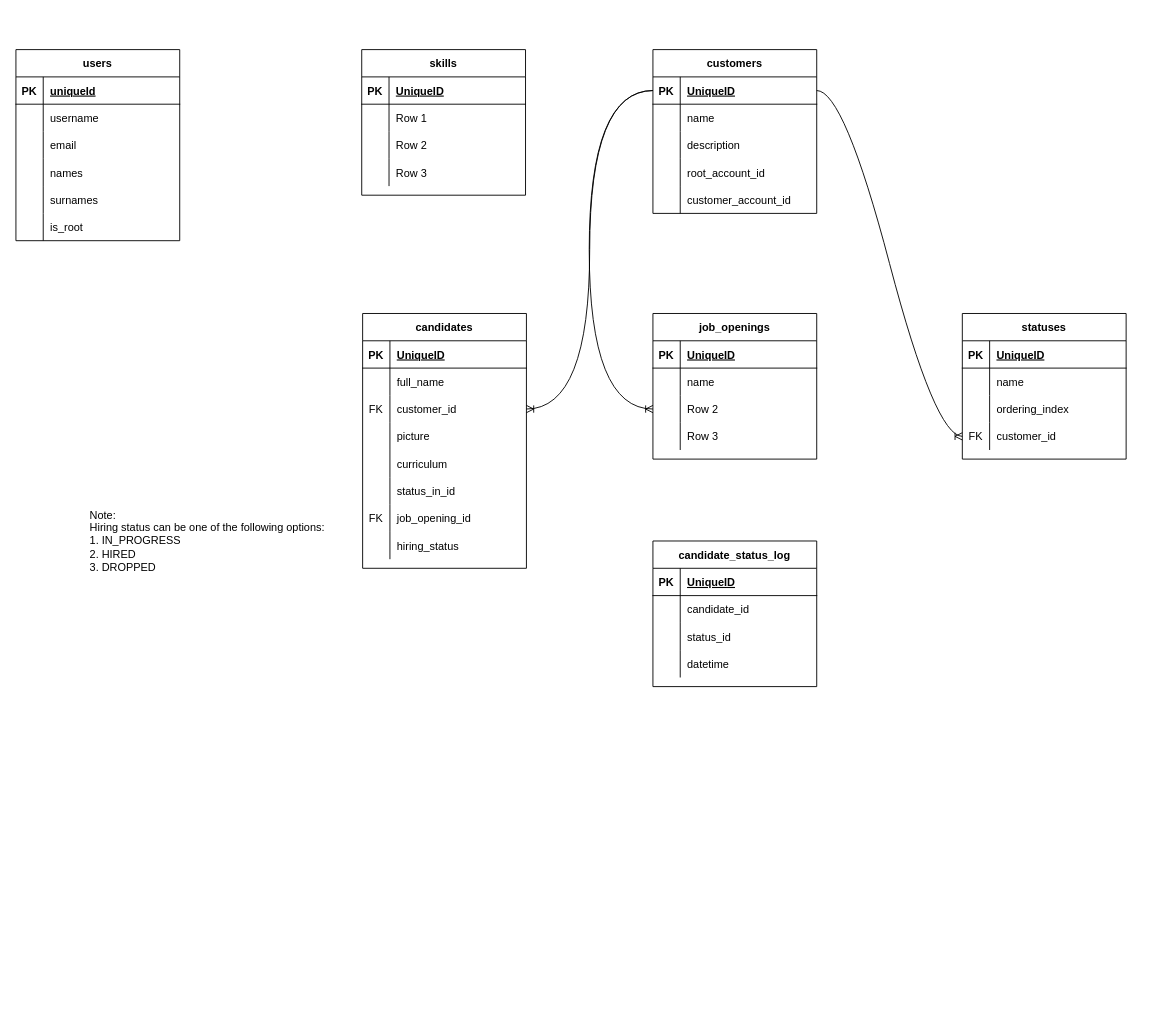
Before: Data Structure.drawio in choucoder/multi-tenant-ats, a draw.io diagram. Source tidied: cells renumbered, new cells numbered last; positions are measured from the earlier drawing's top-left corner, leaving out a move shared by most shapes. Both pictures are drawn from the tidied source at 91%, with x=0, y=0 at pixel (15, 49).
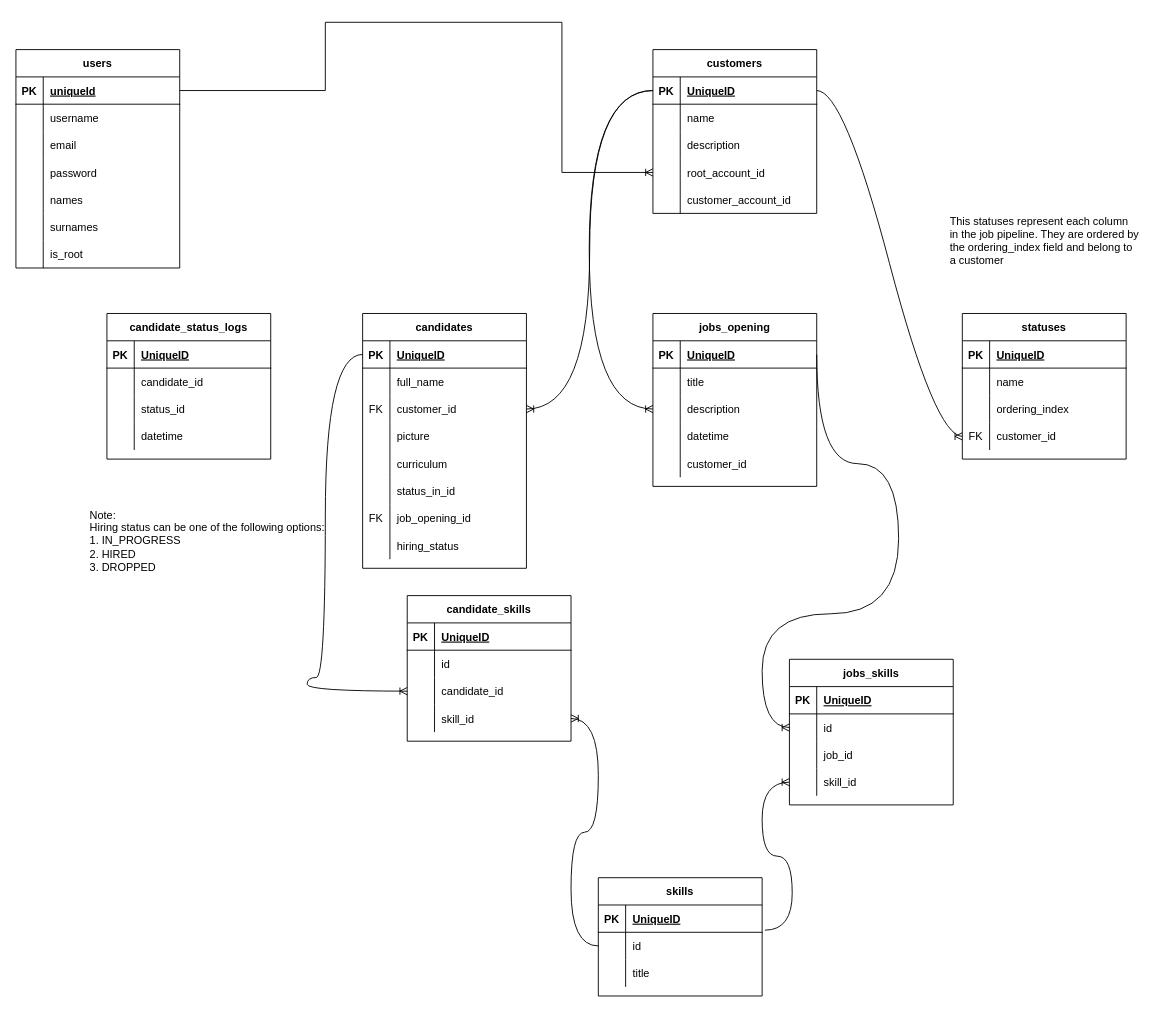
After the change.

Unchanged cells that the change refers to:
```xml
<mxCell id="3" style="shape=tableRow;horizontal=0;startSize=0;swimlaneHead=0;swimlaneBody=0;fillColor=none;points=[[0,0.5],[1,0.5]];portConstraint=eastwest;top=0;left=0;right=0;bottom=1;" parent="2" vertex="1">
  <mxGeometry y="30" width="180" height="30" as="geometry" />
</mxCell>
<mxCell id="22" style="shape=tableRow;horizontal=0;startSize=0;swimlaneHead=0;swimlaneBody=0;fillColor=none;points=[[0,0.5],[1,0.5]];portConstraint=eastwest;top=0;left=0;right=0;bottom=1;" parent="21" vertex="1">
  <mxGeometry y="30" width="180" height="30" as="geometry" />
</mxCell>
<mxCell id="76" style="shape=tableRow;horizontal=0;startSize=0;swimlaneHead=0;swimlaneBody=0;fillColor=none;points=[[0,0.5],[1,0.5]];portConstraint=eastwest;top=0;left=0;right=0;bottom=0;" parent="72" vertex="1">
  <mxGeometry y="60" width="180" height="30" as="geometry" />
</mxCell>
<mxCell id="79" style="shape=tableRow;horizontal=0;startSize=0;swimlaneHead=0;swimlaneBody=0;fillColor=none;top=0;left=0;right=0;bottom=0;" parent="72" vertex="1">
  <mxGeometry y="90" width="180" height="30" as="geometry" />
</mxCell>
<mxCell id="95" style="shape=tableRow;horizontal=0;startSize=0;swimlaneHead=0;swimlaneBody=0;fillColor=none;points=[[0,0.5],[1,0.5]];portConstraint=eastwest;top=0;left=0;right=0;bottom=0;" parent="85" vertex="1">
  <mxGeometry y="120" width="180" height="30" as="geometry" />
</mxCell>
```

What changed in the source:
```diff
@@
+    <mxCell id="46" value="jobs_opening" style="shape=table;startSize=30;childLayout=tableLayout;rowLines=0;fontStyle=1;align=center;" parent="1" vertex="1">
+      <mxGeometry x="700" y="290" width="180" height="190" as="geometry" />
+    </mxCell>
+    <mxCell id="47" style="shape=tableRow;horizontal=0;startSize=0;swimlaneHead=0;swimlaneBody=0;fillColor=none;points=[[0,0.5],[1,0.5]];portConstraint=eastwest;top=0;left=0;right=0;bottom=1;" parent="46" vertex="1">
+      <mxGeometry y="30" width="180" height="30" as="geometry" />
+    </mxCell>
+    <mxCell id="48" value="PK" style="shape=partialRectangle;fillColor=none;top=0;left=0;bottom=0;right=0;fontStyle=1;overflow=hidden;" parent="47" vertex="1">
+      <mxGeometry width="30" height="30" as="geometry" />
+    </mxCell>
+    <mxCell id="49" value="UniqueID" style="shape=partialRectangle;fillColor=none;top=0;left=0;bottom=0;right=0;align=left;spacingLeft=6;fontStyle=5;overflow=hidden;" parent="47" vertex="1">
+      <mxGeometry x="30" width="150" height="30" as="geometry" />
+    </mxCell>
+    <mxCell id="50" style="shape=tableRow;horizontal=0;startSize=0;swimlaneHead=0;swimlaneBody=0;fillColor=none;top=0;left=0;right=0;bottom=0;" parent="46" vertex="1">
+      <mxGeometry y="60" width="180" height="30" as="geometry" />
+    </mxCell>
+    <mxCell id="51" style="shape=partialRectangle;fillColor=none;top=0;left=0;bottom=0;right=0;overflow=hidden;" parent="50" vertex="1">
+      <mxGeometry width="30" height="30" as="geometry" />
+    </mxCell>
+    <mxCell id="52" value="title" style="shape=partialRectangle;fillColor=none;top=0;left=0;bottom=0;right=0;align=left;spacingLeft=6;overflow=hidden;" parent="50" vertex="1">
+      <mxGeometry x="30" width="150" height="30" as="geometry" />
+    </mxCell>
+    <mxCell id="53" style="shape=tableRow;horizontal=0;startSize=0;swimlaneHead=0;swimlaneBody=0;fillColor=none;points=[[0,0.5],[1,0.5]];portConstraint=eastwest;top=0;left=0;right=0;bottom=0;" parent="46" vertex="1">
+      <mxGeometry y="90" width="180" height="30" as="geometry" />
+    </mxCell>
+    <mxCell id="54" style="shape=partialRectangle;fillColor=none;top=0;left=0;bottom=0;right=0;overflow=hidden;" parent="53" vertex="1">
+      <mxGeometry width="30" height="30" as="geometry" />
+    </mxCell>
+    <mxCell id="55" value="description" style="shape=partialRectangle;fillColor=none;top=0;left=0;bottom=0;right=0;align=left;spacingLeft=6;overflow=hidden;" parent="53" vertex="1">
+      <mxGeometry x="30" width="150" height="30" as="geometry" />
+    </mxCell>
+    <mxCell id="56" style="shape=tableRow;horizontal=0;startSize=0;swimlaneHead=0;swimlaneBody=0;fillColor=none;top=0;left=0;right=0;bottom=0;" parent="46" vertex="1">
+      <mxGeometry y="120" width="180" height="30" as="geometry" />
+    </mxCell>
+    <mxCell id="57" style="shape=partialRectangle;fillColor=none;top=0;left=0;bottom=0;right=0;overflow=hidden;" parent="56" vertex="1">
+      <mxGeometry width="30" height="30" as="geometry" />
+    </mxCell>
+    <mxCell id="58" value="datetime" style="shape=partialRectangle;fillColor=none;top=0;left=0;bottom=0;right=0;align=left;spacingLeft=6;overflow=hidden;" parent="56" vertex="1">
+      <mxGeometry x="30" width="150" height="30" as="geometry" />
+    </mxCell>
+    <mxCell id="118" style="shape=tableRow;horizontal=0;startSize=0;swimlaneHead=0;swimlaneBody=0;fillColor=none;top=0;left=0;right=0;bottom=0;" parent="46" vertex="1">
+      <mxGeometry y="150" width="180" height="30" as="geometry" />
+    </mxCell>
+    <mxCell id="119" style="shape=partialRectangle;fillColor=none;top=0;left=0;bottom=0;right=0;overflow=hidden;" parent="118" vertex="1">
+      <mxGeometry width="30" height="30" as="geometry" />
+    </mxCell>
+    <mxCell id="120" value="customer_id" style="shape=partialRectangle;fillColor=none;top=0;left=0;bottom=0;right=0;align=left;spacingLeft=6;overflow=hidden;" parent="118" vertex="1">
+      <mxGeometry x="30" width="150" height="30" as="geometry" />
+    </mxCell>
     <mxCell id="2" value="users" style="shape=table;startSize=30;childLayout=tableLayout;rowLines=0;fontStyle=1;align=center;" parent="1" vertex="1">
-      <mxGeometry width="180" height="210" as="geometry" />
+      <mxGeometry width="180" height="240" as="geometry" />
     </mxCell>
@@
+    <mxCell id="121" style="shape=tableRow;horizontal=0;startSize=0;swimlaneHead=0;swimlaneBody=0;fillColor=none;top=0;left=0;right=0;bottom=0;" parent="2" vertex="1">
+      <mxGeometry y="120" width="180" height="30" as="geometry" />
+    </mxCell>
+    <mxCell id="122" style="shape=partialRectangle;fillColor=none;top=0;left=0;bottom=0;right=0;overflow=hidden;" parent="121" vertex="1">
+      <mxGeometry width="30" height="30" as="geometry" />
+    </mxCell>
+    <mxCell id="123" value="password" style="shape=partialRectangle;fillColor=none;top=0;left=0;bottom=0;right=0;align=left;spacingLeft=6;overflow=hidden;" parent="121" vertex="1">
+      <mxGeometry x="30" width="150" height="30" as="geometry" />
+    </mxCell>
     <mxCell id="12" style="shape=tableRow;horizontal=0;startSize=0;swimlaneHead=0;swimlaneBody=0;fillColor=none;top=0;left=0;right=0;bottom=0;" parent="2" vertex="1">
-      <mxGeometry y="120" width="180" height="30" as="geometry" />
+      <mxGeometry y="150" width="180" height="30" as="geometry" />
     </mxCell>
@@
     <mxCell id="15" style="shape=tableRow;horizontal=0;startSize=0;swimlaneHead=0;swimlaneBody=0;fillColor=none;top=0;left=0;right=0;bottom=0;" parent="2" vertex="1">
-      <mxGeometry y="150" width="180" height="30" as="geometry" />
+      <mxGeometry y="180" width="180" height="30" as="geometry" />
     </mxCell>
@@
     <mxCell id="18" style="shape=tableRow;horizontal=0;startSize=0;swimlaneHead=0;swimlaneBody=0;fillColor=none;top=0;left=0;right=0;bottom=0;" parent="2" vertex="1">
-      <mxGeometry y="180" width="180" height="30" as="geometry" />
+      <mxGeometry y="210" width="180" height="30" as="geometry" />
     </mxCell>
@@
-    <mxCell id="46" value="job_openings" style="shape=table;startSize=30;childLayout=tableLayout;rowLines=0;fontStyle=1;align=center;" parent="1" vertex="1">
-      <mxGeometry x="700" y="290" width="180" height="160" as="geometry" />
-    </mxCell>
-    <mxCell id="47" style="shape=tableRow;horizontal=0;startSize=0;swimlaneHead=0;swimlaneBody=0;fillColor=none;points=[[0,0.5],[1,0.5]];portConstraint=eastwest;top=0;left=0;right=0;bottom=1;" parent="46" vertex="1">
-      <mxGeometry y="30" width="180" height="30" as="geometry" />
-    </mxCell>
-    <mxCell id="48" value="PK" style="shape=partialRectangle;fillColor=none;top=0;left=0;bottom=0;right=0;fontStyle=1;overflow=hidden;" parent="47" vertex="1">
-      <mxGeometry width="30" height="30" as="geometry" />
-    </mxCell>
-    <mxCell id="49" value="UniqueID" style="shape=partialRectangle;fillColor=none;top=0;left=0;bottom=0;right=0;align=left;spacingLeft=6;fontStyle=5;overflow=hidden;" parent="47" vertex="1">
-      <mxGeometry x="30" width="150" height="30" as="geometry" />
-    </mxCell>
-    <mxCell id="50" style="shape=tableRow;horizontal=0;startSize=0;swimlaneHead=0;swimlaneBody=0;fillColor=none;top=0;left=0;right=0;bottom=0;" parent="46" vertex="1">
-      <mxGeometry y="60" width="180" height="30" as="geometry" />
-    </mxCell>
-    <mxCell id="51" style="shape=partialRectangle;fillColor=none;top=0;left=0;bottom=0;right=0;overflow=hidden;" parent="50" vertex="1">
-      <mxGeometry width="30" height="30" as="geometry" />
-    </mxCell>
-    <mxCell id="52" value="name" style="shape=partialRectangle;fillColor=none;top=0;left=0;bottom=0;right=0;align=left;spacingLeft=6;overflow=hidden;" parent="50" vertex="1">
-      <mxGeometry x="30" width="150" height="30" as="geometry" />
-    </mxCell>
-    <mxCell id="53" style="shape=tableRow;horizontal=0;startSize=0;swimlaneHead=0;swimlaneBody=0;fillColor=none;points=[[0,0.5],[1,0.5]];portConstraint=eastwest;top=0;left=0;right=0;bottom=0;" parent="46" vertex="1">
-      <mxGeometry y="90" width="180" height="30" as="geometry" />
-    </mxCell>
-    <mxCell id="54" style="shape=partialRectangle;fillColor=none;top=0;left=0;bottom=0;right=0;overflow=hidden;" parent="53" vertex="1">
-      <mxGeometry width="30" height="30" as="geometry" />
-    </mxCell>
-    <mxCell id="55" value="Row 2" style="shape=partialRectangle;fillColor=none;top=0;left=0;bottom=0;right=0;align=left;spacingLeft=6;overflow=hidden;" parent="53" vertex="1">
-      <mxGeometry x="30" width="150" height="30" as="geometry" />
-    </mxCell>
-    <mxCell id="56" style="shape=tableRow;horizontal=0;startSize=0;swimlaneHead=0;swimlaneBody=0;fillColor=none;top=0;left=0;right=0;bottom=0;" parent="46" vertex="1">
-      <mxGeometry y="120" width="180" height="30" as="geometry" />
-    </mxCell>
-    <mxCell id="57" style="shape=partialRectangle;fillColor=none;top=0;left=0;bottom=0;right=0;overflow=hidden;" parent="56" vertex="1">
-      <mxGeometry width="30" height="30" as="geometry" />
-    </mxCell>
-    <mxCell id="58" value="Row 3" style="shape=partialRectangle;fillColor=none;top=0;left=0;bottom=0;right=0;align=left;spacingLeft=6;overflow=hidden;" parent="56" vertex="1">
-      <mxGeometry x="30" width="150" height="30" as="geometry" />
-    </mxCell>
@@
     <mxCell id="72" value="skills" style="shape=table;startSize=30;childLayout=tableLayout;rowLines=0;fontStyle=1;align=center;" parent="1" vertex="1">
-      <mxGeometry x="380" width="180" height="160" as="geometry" />
+      <mxGeometry x="640" y="910" width="180" height="130" as="geometry" />
     </mxCell>
@@
-    <mxCell id="78" value="Row 1" style="shape=partialRectangle;fillColor=none;top=0;left=0;bottom=0;right=0;align=left;spacingLeft=6;overflow=hidden;" parent="76" vertex="1">
+    <mxCell id="78" value="id" style="shape=partialRectangle;fillColor=none;top=0;left=0;bottom=0;right=0;align=left;spacingLeft=6;overflow=hidden;" parent="76" vertex="1">
       <mxGeometry x="30" width="150" height="30" as="geometry" />
     </mxCell>
@@
-    <mxCell id="81" value="Row 2" style="shape=partialRectangle;fillColor=none;top=0;left=0;bottom=0;right=0;align=left;spacingLeft=6;overflow=hidden;" parent="79" vertex="1">
+    <mxCell id="81" value="title" style="shape=partialRectangle;fillColor=none;top=0;left=0;bottom=0;right=0;align=left;spacingLeft=6;overflow=hidden;" parent="79" vertex="1">
       <mxGeometry x="30" width="150" height="30" as="geometry" />
     </mxCell>
-    <mxCell id="82" style="shape=tableRow;horizontal=0;startSize=0;swimlaneHead=0;swimlaneBody=0;fillColor=none;top=0;left=0;right=0;bottom=0;" parent="72" vertex="1">
-      <mxGeometry y="120" width="180" height="30" as="geometry" />
-    </mxCell>
-    <mxCell id="83" style="shape=partialRectangle;fillColor=none;top=0;left=0;bottom=0;right=0;overflow=hidden;" parent="82" vertex="1">
-      <mxGeometry width="30" height="30" as="geometry" />
-    </mxCell>
-    <mxCell id="84" value="Row 3" style="shape=partialRectangle;fillColor=none;top=0;left=0;bottom=0;right=0;align=left;spacingLeft=6;overflow=hidden;" parent="82" vertex="1">
-      <mxGeometry x="30" width="150" height="30" as="geometry" />
-    </mxCell>
@@
-    <mxCell id="104" value="candidate_status_log" style="shape=table;startSize=30;childLayout=tableLayout;rowLines=0;fontStyle=1;align=center;" parent="1" vertex="1">
-      <mxGeometry x="700" y="540" width="180" height="160" as="geometry" />
+    <mxCell id="104" value="candidate_status_logs" style="shape=table;startSize=30;childLayout=tableLayout;rowLines=0;fontStyle=1;align=center;" parent="1" vertex="1">
+      <mxGeometry x="100" y="290" width="180" height="160" as="geometry" />
     </mxCell>
@@
+    <mxCell id="124" style="edgeStyle=orthogonalEdgeStyle;fontSize=12;html=1;endArrow=ERoneToMany;rounded=0;exitX=1;exitY=0.5;exitDx=0;exitDy=0;entryX=0;entryY=0.5;entryDx=0;entryDy=0;" parent="1" edge="1" source="3" target="95">
+      <mxGeometry relative="1" as="geometry">
+        <Array as="points">
+          <mxPoint x="340" y="45" />
+          <mxPoint x="340" y="-30" />
+          <mxPoint x="600" y="-30" />
+          <mxPoint x="600" y="135" />
+        </Array>
+      </mxGeometry>
+    </mxCell>
@@
+    <mxCell id="125" value="&lt;div style=&quot;text-align: justify;&quot;&gt;&lt;span style=&quot;background-color: initial;&quot;&gt;This statuses represent each column&lt;/span&gt;&lt;/div&gt;&lt;div style=&quot;text-align: justify;&quot;&gt;&lt;span style=&quot;background-color: initial;&quot;&gt;in the job pipeline. They are ordered by&lt;/span&gt;&lt;/div&gt;&lt;div style=&quot;text-align: justify;&quot;&gt;&lt;span style=&quot;background-color: initial;&quot;&gt;the ordering_index field and belong to&lt;/span&gt;&lt;/div&gt;&lt;div style=&quot;text-align: justify;&quot;&gt;&lt;span style=&quot;background-color: initial;&quot;&gt;a customer&lt;/span&gt;&lt;/div&gt;" style="text;html=1;align=center;verticalAlign=middle;strokeColor=none;fillColor=none;" parent="1" vertex="1">
+      <mxGeometry x="1015" y="175" width="230" height="70" as="geometry" />
+    </mxCell>
+    <mxCell id="126" value="jobs_skills" style="shape=table;startSize=30;childLayout=tableLayout;rowLines=0;fontStyle=1;align=center;" parent="1" vertex="1">
+      <mxGeometry x="850" y="670" width="180" height="160" as="geometry" />
+    </mxCell>
+    <mxCell id="127" style="shape=tableRow;horizontal=0;startSize=0;swimlaneHead=0;swimlaneBody=0;fillColor=none;top=0;left=0;right=0;bottom=1;" parent="126" vertex="1">
+      <mxGeometry y="30" width="180" height="30" as="geometry" />
+    </mxCell>
+    <mxCell id="128" value="PK" style="shape=partialRectangle;fillColor=none;top=0;left=0;bottom=0;right=0;fontStyle=1;overflow=hidden;" parent="127" vertex="1">
+      <mxGeometry width="30" height="30" as="geometry" />
+    </mxCell>
+    <mxCell id="129" value="UniqueID" style="shape=partialRectangle;fillColor=none;top=0;left=0;bottom=0;right=0;align=left;spacingLeft=6;fontStyle=5;overflow=hidden;" parent="127" vertex="1">
+      <mxGeometry x="30" width="150" height="30" as="geometry" />
+    </mxCell>
+    <mxCell id="130" style="shape=tableRow;horizontal=0;startSize=0;swimlaneHead=0;swimlaneBody=0;fillColor=none;points=[[0,0.5],[1,0.5]];portConstraint=eastwest;top=0;left=0;right=0;bottom=0;" parent="126" vertex="1">
+      <mxGeometry y="60" width="180" height="30" as="geometry" />
+    </mxCell>
+    <mxCell id="131" style="shape=partialRectangle;fillColor=none;top=0;left=0;bottom=0;right=0;overflow=hidden;" parent="130" vertex="1">
+      <mxGeometry width="30" height="30" as="geometry" />
+    </mxCell>
+    <mxCell id="132" value="id" style="shape=partialRectangle;fillColor=none;top=0;left=0;bottom=0;right=0;align=left;spacingLeft=6;overflow=hidden;" parent="130" vertex="1">
+      <mxGeometry x="30" width="150" height="30" as="geometry" />
+    </mxCell>
+    <mxCell id="133" style="shape=tableRow;horizontal=0;startSize=0;swimlaneHead=0;swimlaneBody=0;fillColor=none;top=0;left=0;right=0;bottom=0;" parent="126" vertex="1">
+      <mxGeometry y="90" width="180" height="30" as="geometry" />
+    </mxCell>
+    <mxCell id="134" style="shape=partialRectangle;fillColor=none;top=0;left=0;bottom=0;right=0;overflow=hidden;" parent="133" vertex="1">
+      <mxGeometry width="30" height="30" as="geometry" />
+    </mxCell>
+    <mxCell id="135" value="job_id" style="shape=partialRectangle;fillColor=none;top=0;left=0;bottom=0;right=0;align=left;spacingLeft=6;overflow=hidden;" parent="133" vertex="1">
+      <mxGeometry x="30" width="150" height="30" as="geometry" />
+    </mxCell>
+    <mxCell id="136" style="shape=tableRow;horizontal=0;startSize=0;swimlaneHead=0;swimlaneBody=0;fillColor=none;points=[[0,0.5],[1,0.5]];portConstraint=eastwest;top=0;left=0;right=0;bottom=0;" parent="126" vertex="1">
+      <mxGeometry y="120" width="180" height="30" as="geometry" />
+    </mxCell>
+    <mxCell id="137" style="shape=partialRectangle;fillColor=none;top=0;left=0;bottom=0;right=0;overflow=hidden;" parent="136" vertex="1">
+      <mxGeometry width="30" height="30" as="geometry" />
+    </mxCell>
+    <mxCell id="138" value="skill_id" style="shape=partialRectangle;fillColor=none;top=0;left=0;bottom=0;right=0;align=left;spacingLeft=6;overflow=hidden;" parent="136" vertex="1">
+      <mxGeometry x="30" width="150" height="30" as="geometry" />
+    </mxCell>
+    <mxCell id="139" value="candidate_skills" style="shape=table;startSize=30;childLayout=tableLayout;rowLines=0;fontStyle=1;align=center;" parent="1" vertex="1">
+      <mxGeometry x="430" y="600" width="180" height="160" as="geometry" />
+    </mxCell>
+    <mxCell id="140" style="shape=tableRow;horizontal=0;startSize=0;swimlaneHead=0;swimlaneBody=0;fillColor=none;top=0;left=0;right=0;bottom=1;" parent="139" vertex="1">
+      <mxGeometry y="30" width="180" height="30" as="geometry" />
+    </mxCell>
+    <mxCell id="141" value="PK" style="shape=partialRectangle;fillColor=none;top=0;left=0;bottom=0;right=0;fontStyle=1;overflow=hidden;" parent="140" vertex="1">
+      <mxGeometry width="30" height="30" as="geometry" />
+    </mxCell>
+    <mxCell id="142" value="UniqueID" style="shape=partialRectangle;fillColor=none;top=0;left=0;bottom=0;right=0;align=left;spacingLeft=6;fontStyle=5;overflow=hidden;" parent="140" vertex="1">
+      <mxGeometry x="30" width="150" height="30" as="geometry" />
+    </mxCell>
+    <mxCell id="143" style="shape=tableRow;horizontal=0;startSize=0;swimlaneHead=0;swimlaneBody=0;fillColor=none;top=0;left=0;right=0;bottom=0;" parent="139" vertex="1">
+      <mxGeometry y="60" width="180" height="30" as="geometry" />
+    </mxCell>
+    <mxCell id="144" style="shape=partialRectangle;fillColor=none;top=0;left=0;bottom=0;right=0;overflow=hidden;" parent="143" vertex="1">
+      <mxGeometry width="30" height="30" as="geometry" />
+    </mxCell>
+    <mxCell id="145" value="id" style="shape=partialRectangle;fillColor=none;top=0;left=0;bottom=0;right=0;align=left;spacingLeft=6;overflow=hidden;" parent="143" vertex="1">
+      <mxGeometry x="30" width="150" height="30" as="geometry" />
+    </mxCell>
+    <mxCell id="146" style="shape=tableRow;horizontal=0;startSize=0;swimlaneHead=0;swimlaneBody=0;fillColor=none;points=[[0,0.5],[1,0.5]];portConstraint=eastwest;top=0;left=0;right=0;bottom=0;" parent="139" vertex="1">
+      <mxGeometry y="90" width="180" height="30" as="geometry" />
+    </mxCell>
+    <mxCell id="147" style="shape=partialRectangle;fillColor=none;top=0;left=0;bottom=0;right=0;overflow=hidden;" parent="146" vertex="1">
+      <mxGeometry width="30" height="30" as="geometry" />
+    </mxCell>
+    <mxCell id="148" value="candidate_id" style="shape=partialRectangle;fillColor=none;top=0;left=0;bottom=0;right=0;align=left;spacingLeft=6;overflow=hidden;" parent="146" vertex="1">
+      <mxGeometry x="30" width="150" height="30" as="geometry" />
+    </mxCell>
+    <mxCell id="149" style="shape=tableRow;horizontal=0;startSize=0;swimlaneHead=0;swimlaneBody=0;fillColor=none;points=[[0,0.5],[1,0.5]];portConstraint=eastwest;top=0;left=0;right=0;bottom=0;" parent="139" vertex="1">
+      <mxGeometry y="120" width="180" height="30" as="geometry" />
+    </mxCell>
+    <mxCell id="150" style="shape=partialRectangle;fillColor=none;top=0;left=0;bottom=0;right=0;overflow=hidden;" parent="149" vertex="1">
+      <mxGeometry width="30" height="30" as="geometry" />
+    </mxCell>
+    <mxCell id="151" value="skill_id" style="shape=partialRectangle;fillColor=none;top=0;left=0;bottom=0;right=0;align=left;spacingLeft=6;overflow=hidden;" parent="149" vertex="1">
+      <mxGeometry x="30" width="150" height="30" as="geometry" />
+    </mxCell>
+    <mxCell id="152" style="edgeStyle=orthogonalEdgeStyle;fontSize=12;html=1;endArrow=ERoneToMany;rounded=0;entryX=0;entryY=0.5;entryDx=0;entryDy=0;curved=1;" parent="1" edge="1" source="22" target="146">
+      <mxGeometry relative="1" as="geometry">
+        <Array as="points">
+          <mxPoint x="340" y="335" />
+          <mxPoint x="340" y="690" />
+          <mxPoint x="320" y="690" />
+          <mxPoint x="320" y="705" />
+        </Array>
+      </mxGeometry>
+    </mxCell>
+    <mxCell id="153" style="edgeStyle=orthogonalEdgeStyle;fontSize=12;html=1;endArrow=ERoneToMany;rounded=0;exitX=1;exitY=0.5;exitDx=0;exitDy=0;entryX=0;entryY=0.5;entryDx=0;entryDy=0;curved=1;" parent="1" edge="1" source="47" target="130">
+      <mxGeometry relative="1" as="geometry">
+        <Array as="points">
+          <mxPoint x="880" y="455" />
+          <mxPoint x="970" y="455" />
+          <mxPoint x="970" y="620" />
+          <mxPoint x="820" y="620" />
+          <mxPoint x="820" y="745" />
+        </Array>
+      </mxGeometry>
+    </mxCell>
+    <mxCell id="154" style="edgeStyle=entityRelationEdgeStyle;fontSize=12;html=1;endArrow=ERoneToMany;rounded=0;curved=1;entryX=0;entryY=0.5;entryDx=0;entryDy=0;exitX=1.017;exitY=-0.078;exitDx=0;exitDy=0;exitPerimeter=0;" parent="1" edge="1" source="76" target="136">
+      <mxGeometry relative="1" as="geometry" />
+    </mxCell>
+    <mxCell id="155" style="edgeStyle=entityRelationEdgeStyle;fontSize=12;html=1;endArrow=ERoneToMany;rounded=0;curved=1;entryX=1;entryY=0.5;entryDx=0;entryDy=0;exitX=0;exitY=0.5;exitDx=0;exitDy=0;" parent="1" edge="1" source="76" target="149">
+      <mxGeometry relative="1" as="geometry" />
+    </mxCell>
```
